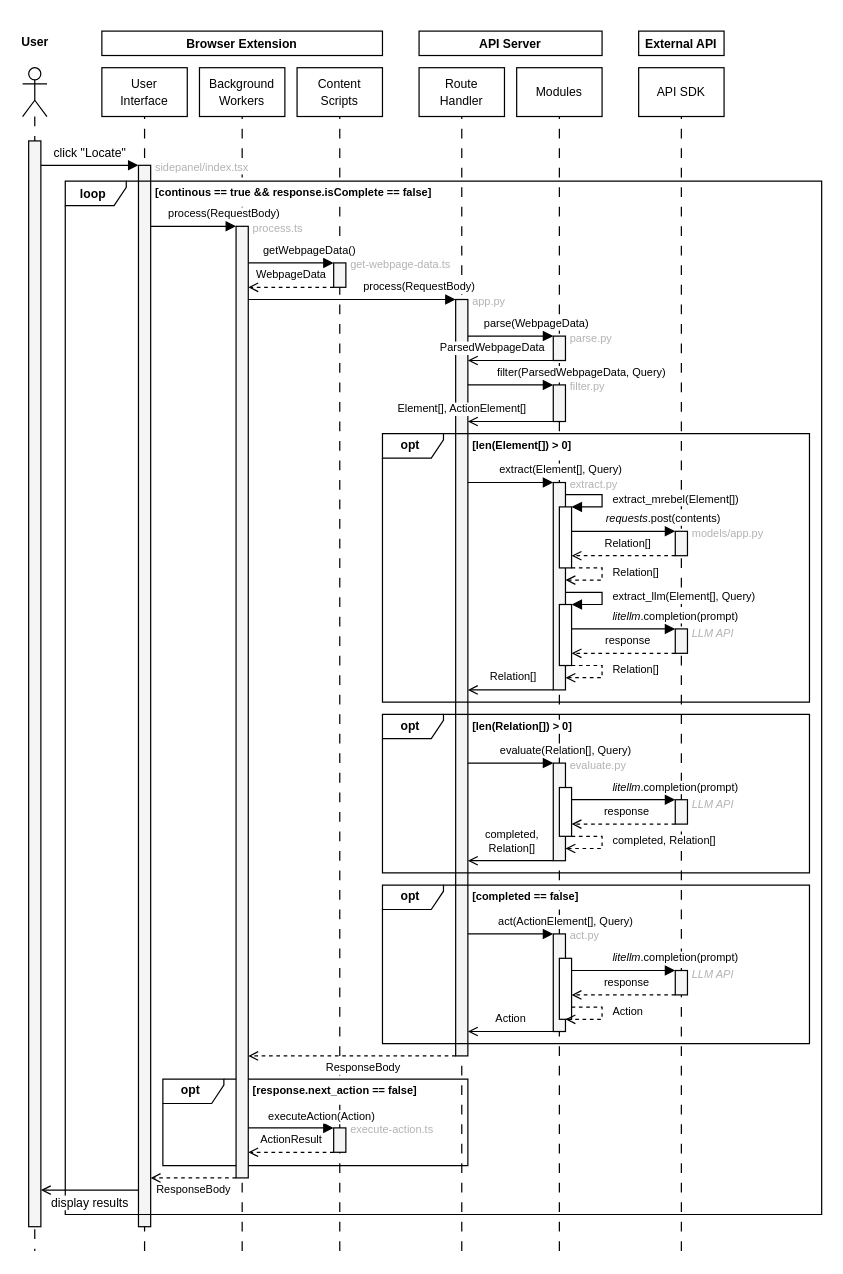
Above: page "Sequence Diagram" (2 of 2) of docs/sequence.drawio in ntcho/LociGraph (draw.io), before the change. Source tidied: cells renumbered, new cells numbered last; positions are measured from the earlier drawing's top-left corner, leaving out a move shared by most shapes. Both pictures are drawn from the tidied source at 122%, with x=0, y=0 at pixel (22, 30).
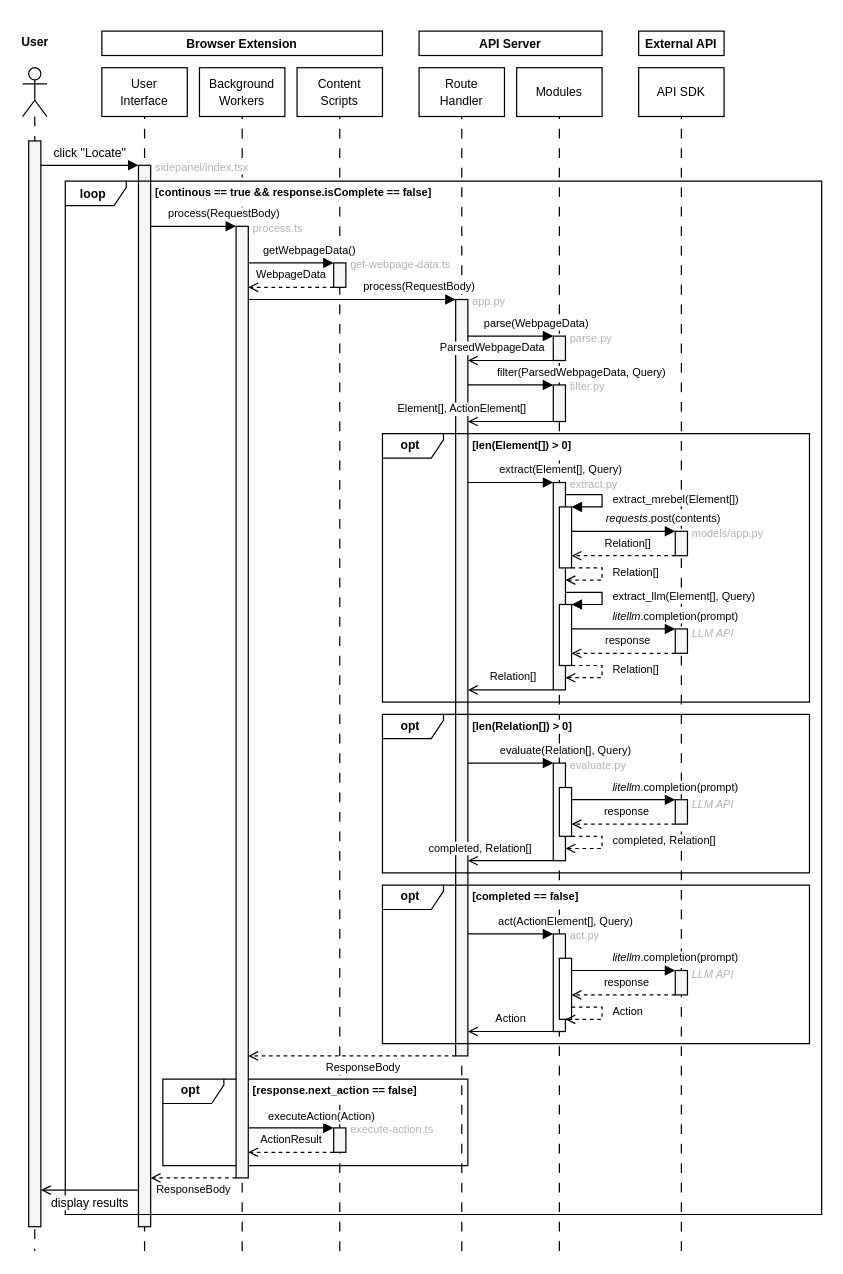
The same diagram, later.

The edit, as a diff of the source:
```diff
@@
-<mxGraphModel>
+<mxGraphModel background="#ffffff">
@@
-    <mxCell id="55" value="&lt;span style=&quot;font-family: &amp;quot;Roboto Mono&amp;quot;; text-align: left;&quot;&gt;completed, &lt;br&gt;Relation[]&lt;/span&gt;" style="endArrow=open;html=1;endFill=0;fontSize=9;" parent="1" edge="1">
-      <mxGeometry x="-0.03" y="-16" relative="1" as="geometry">
+    <mxCell id="55" value="&lt;span style=&quot;font-family: &amp;quot;Roboto Mono&amp;quot;; text-align: left;&quot;&gt;completed, Relation[]&lt;/span&gt;" style="endArrow=open;html=1;endFill=0;fontSize=9;" parent="1" edge="1">
+      <mxGeometry x="0.71" y="-10" relative="1" as="geometry">
         <mxPoint x="435" y="680" as="sourcePoint" />
         <mxPoint x="365" y="680" as="targetPoint" />
       </mxGeometry>
     </mxCell>
```
